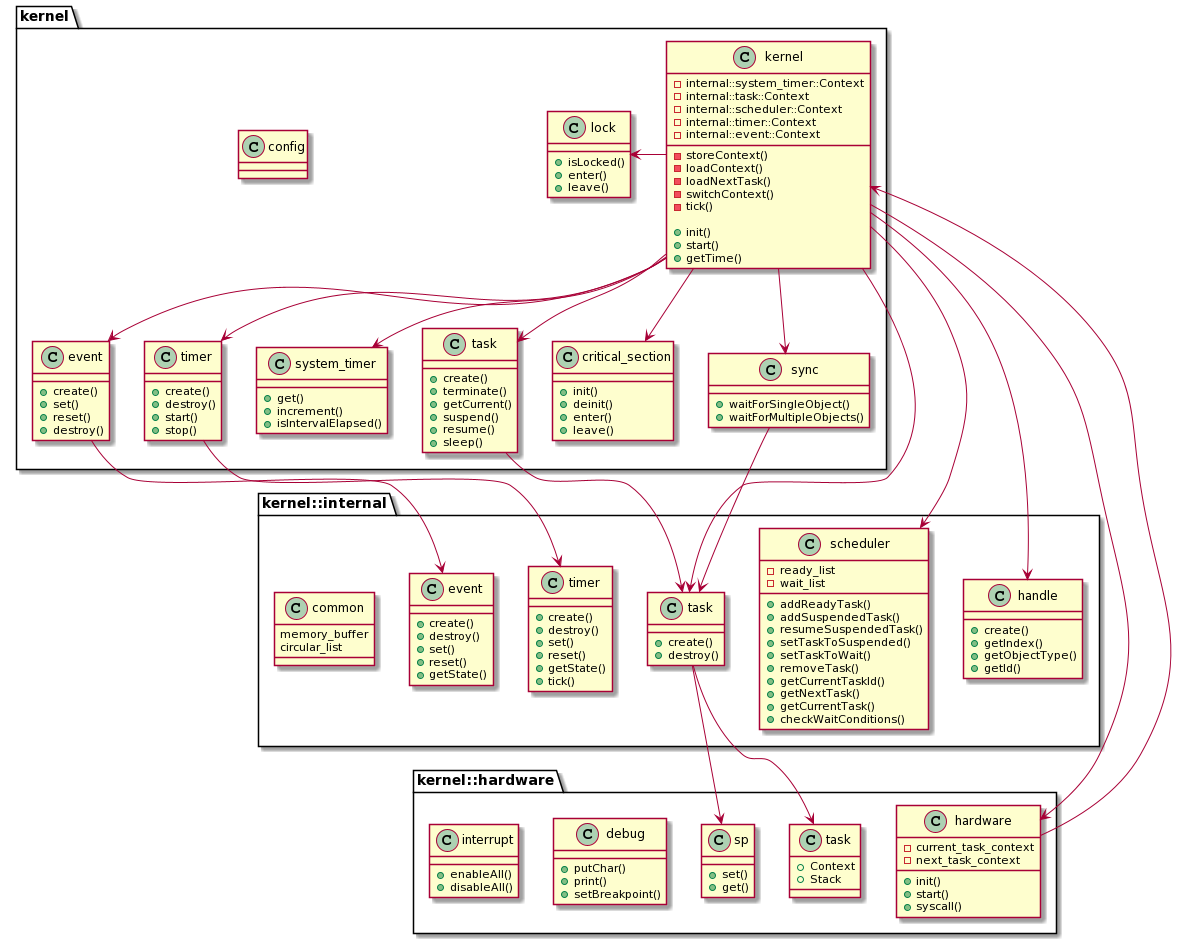
The PlantUML diagram doc/arch.png in t4th/cortex-m3-rtos, before a commit.
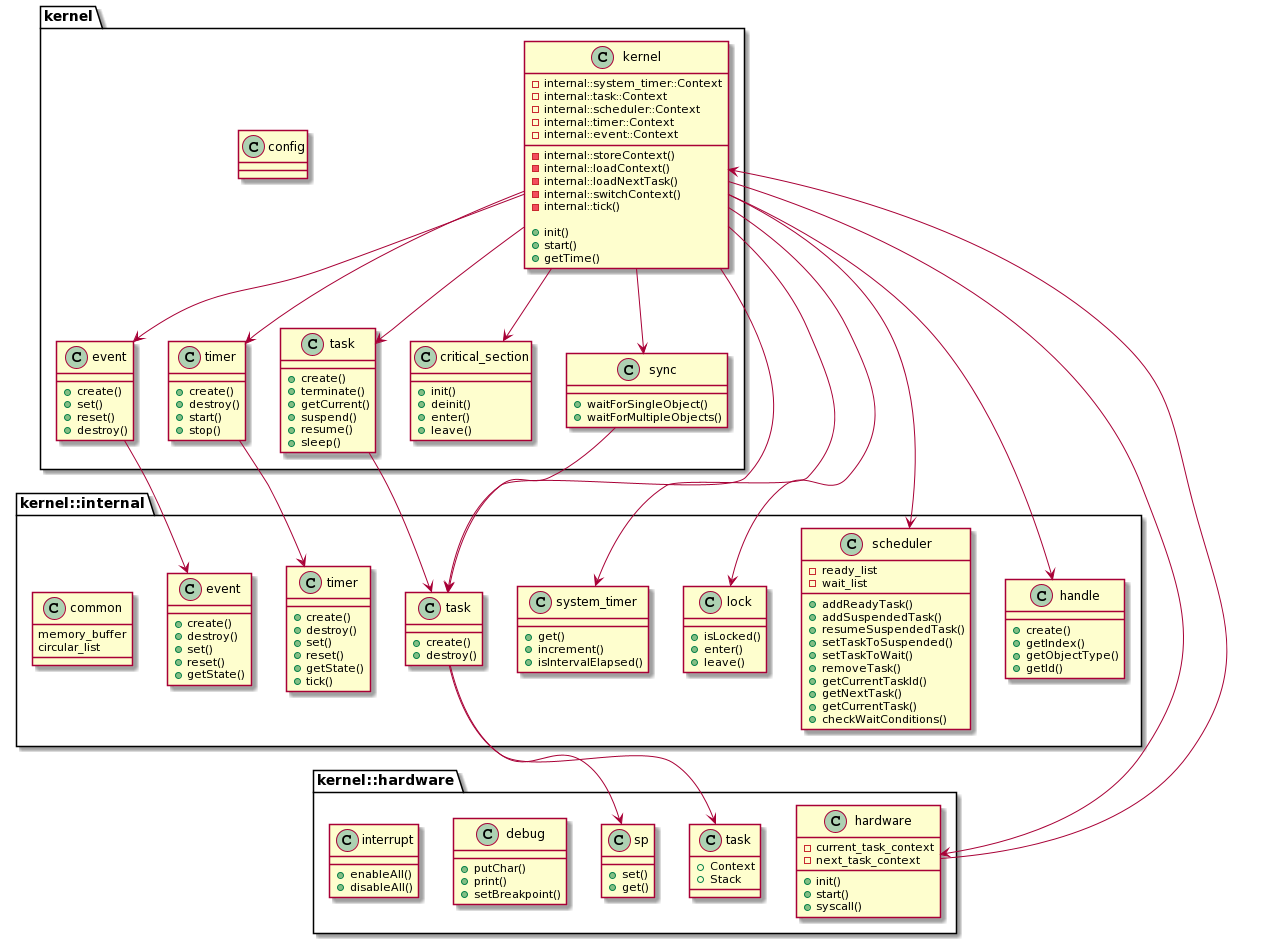
The same diagram one commit later.

Diff of the diagram source:
```diff
@@ -8,43 +8,31 @@
 -internal::timer::Context
 -internal::event::Context
 
--storeContext()
--loadContext()
--loadNextTask()
--switchContext()
--tick()
+-internal::storeContext()
+-internal::loadContext()
+-internal::loadNextTask()
+-internal::switchContext()
+-internal::tick()
 
 + init()
 + start()
 + getTime()
 }
 
-kernel::kernel -d-> kernel::system_timer
-kernel::kernel -l-> kernel::lock
-kernel::kernel -> kernel::hardware::hardware
+kernel::kernel -d-> kernel::internal::system_timer
+kernel::kernel -d-> kernel::internal::lock
 kernel::kernel -d-> kernel::task
 kernel::kernel -d-> kernel::critical_section
 kernel::kernel -d-> kernel::event
 kernel::kernel -d-> kernel::timer
 kernel::kernel -d-> kernel::sync
+kernel::kernel -> kernel::hardware::hardware
 
 kernel::kernel -d-> kernel::internal::scheduler
 kernel::kernel -d-> kernel::internal::handle
 
 class kernel::config
 {
-}
-
-class kernel::system_timer {
-+get()
-+increment()
-+isIntervalElapsed()
-}
-
-class kernel::lock {
-+isLocked()
-+enter()
-+leave()
 }
 
 class kernel::task {
@@ -120,7 +108,6 @@
 + checkWaitConditions()
 }
 
-
 class kernel::internal::event {
 + create()
 + destroy()
@@ -143,6 +130,19 @@
 + getIndex()
 + getObjectType()
 + getId()
+}
+
+
+class kernel::internal::system_timer {
++get()
++increment()
++isIntervalElapsed()
+}
+
+class kernel::internal::lock {
++isLocked()
++enter()
++leave()
 }
 
 class kernel::hardware::hardware {
```
